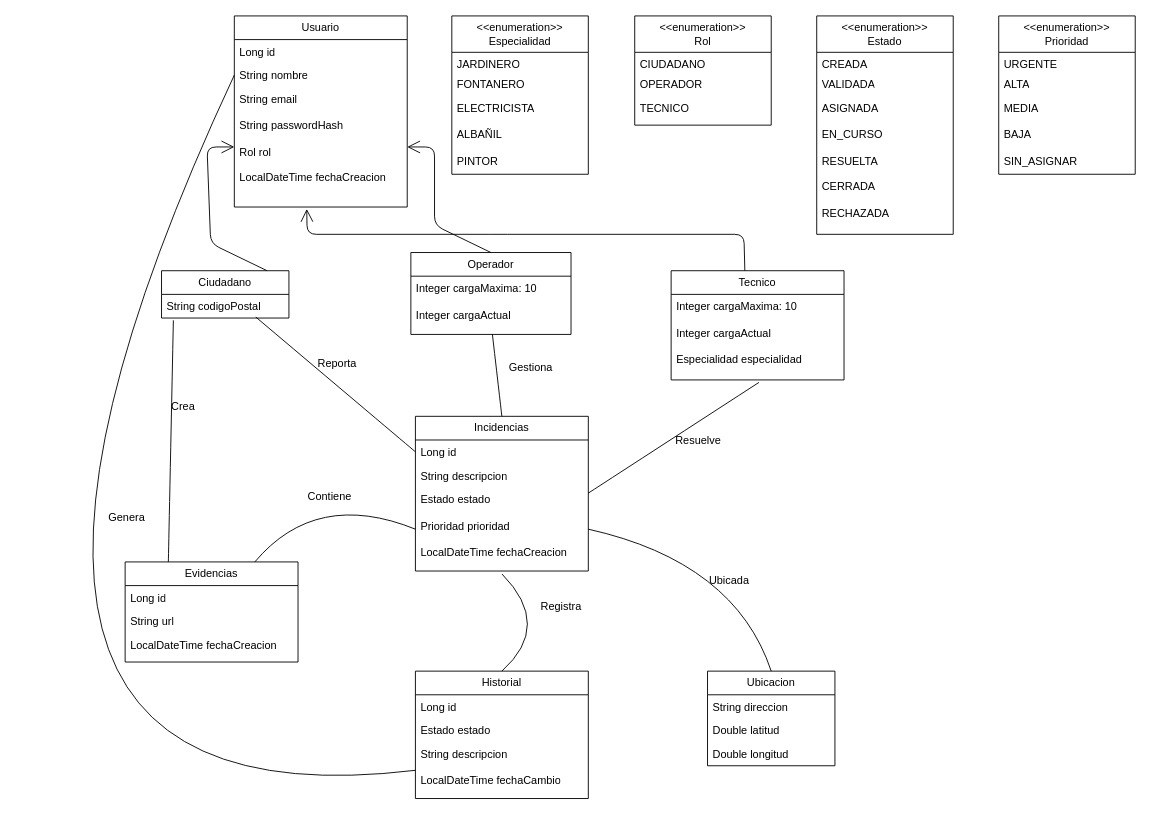
The draw.io diagram Diagrams/DiagramaDeDominio.drawio in javimoralesg/UrbanDesk, before the edit. Source tidied: cells renumbered, new cells numbered last; positions are measured from the earlier drawing's top-left corner, leaving out a move shared by most shapes. Both pictures are drawn from the tidied source at 91%, with x=0, y=0 at pixel (-121, 15).
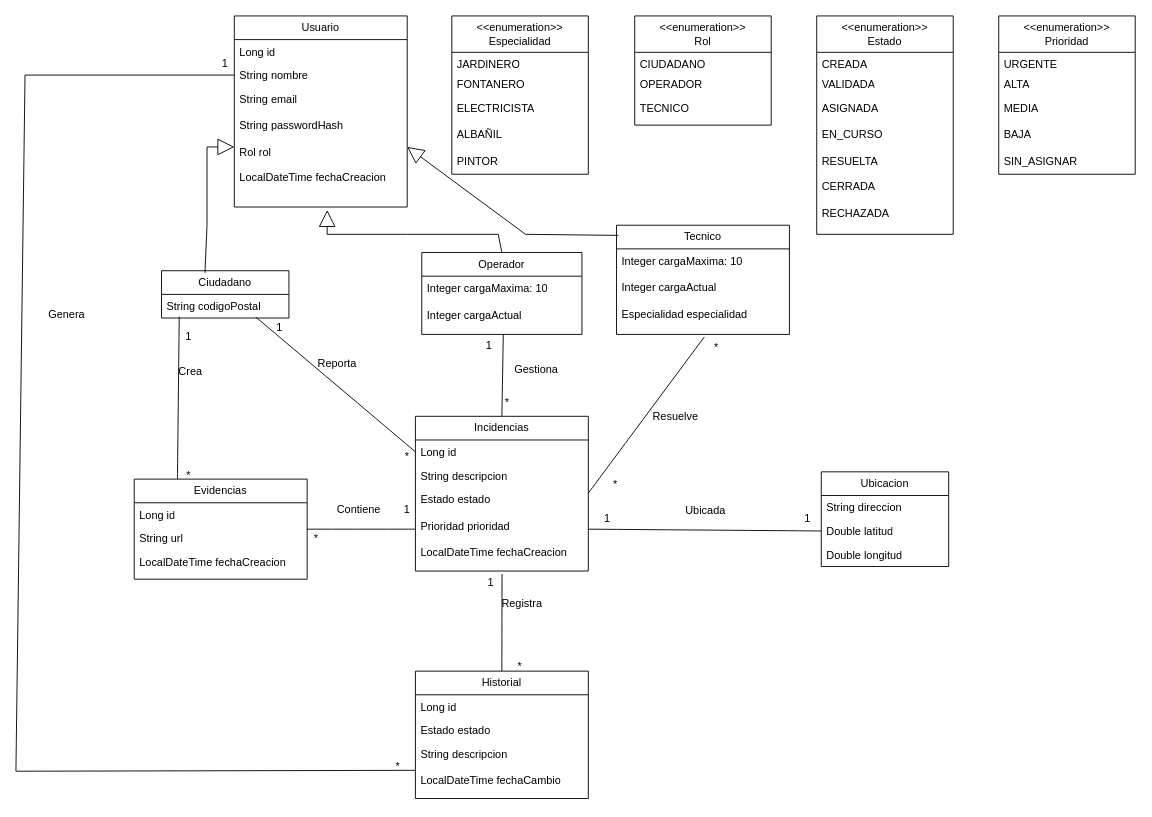
Above is the later version.

The change refers to these unchanged cells:
```xml
<mxCell id="5" value="&lt;div&gt;Estado estado&lt;/div&gt;&lt;div&gt;&lt;br&gt;&lt;/div&gt;&lt;div&gt;Prioridad prioridad&lt;/div&gt;&lt;div&gt;&lt;br&gt;&lt;/div&gt;&lt;div&gt;LocalDateTime fechaCreacion&lt;/div&gt;" style="text;strokeColor=none;fillColor=none;align=left;verticalAlign=top;spacingLeft=4;spacingRight=4;overflow=hidden;points=[[0,0.5],[1,0.5]];portConstraint=eastwest;whiteSpace=wrap;html=1;" parent="2" vertex="1">
  <mxGeometry y="78" width="190" height="92" as="geometry" />
</mxCell>
<mxCell id="10" value="Historial" style="swimlane;fontStyle=0;horizontal=1;startSize=26;fillColor=none;whiteSpace=wrap;html=1;" parent="1" vertex="1">
  <mxGeometry x="589" y="720" width="190" height="140" as="geometry" />
</mxCell>
<mxCell id="13" value="&lt;div&gt;String descripcion&lt;/div&gt;&lt;div&gt;&lt;br&gt;&lt;/div&gt;&lt;div&gt;LocalDateTime fechaCambio&lt;/div&gt;" style="text;strokeColor=none;fillColor=none;align=left;verticalAlign=top;spacingLeft=4;spacingRight=4;overflow=hidden;points=[[0,0.5],[1,0.5]];portConstraint=eastwest;whiteSpace=wrap;html=1;" parent="10" vertex="1">
  <mxGeometry y="78" width="190" height="62" as="geometry" />
</mxCell>
<mxCell id="16" value="Double latitud" style="text;strokeColor=none;fillColor=none;align=left;verticalAlign=top;spacingLeft=4;spacingRight=4;overflow=hidden;points=[[0,0.5],[1,0.5]];portConstraint=eastwest;whiteSpace=wrap;html=1;" parent="14" vertex="1">
  <mxGeometry y="52" width="140" height="26" as="geometry" />
</mxCell>
<mxCell id="18" value="Ciudadano" style="swimlane;fontStyle=0;horizontal=1;startSize=26;fillColor=none;whiteSpace=wrap;html=1;" parent="1" vertex="1">
  <mxGeometry x="310" y="280" width="140" height="52" as="geometry" />
</mxCell>
<mxCell id="19" value="String codigoPostal" style="text;strokeColor=none;fillColor=none;align=left;verticalAlign=top;spacingLeft=4;spacingRight=4;overflow=hidden;points=[[0,0.5],[1,0.5]];portConstraint=eastwest;whiteSpace=wrap;html=1;" parent="18" vertex="1">
  <mxGeometry y="26" width="140" height="26" as="geometry" />
</mxCell>
<mxCell id="26" value="String nombre" style="text;strokeColor=none;fillColor=none;align=left;verticalAlign=top;spacingLeft=4;spacingRight=4;overflow=hidden;points=[[0,0.5],[1,0.5]];portConstraint=eastwest;whiteSpace=wrap;html=1;" parent="24" vertex="1">
  <mxGeometry y="52" width="190" height="26" as="geometry" />
</mxCell>
<mxCell id="27" value="&lt;div&gt;String email&lt;/div&gt;&lt;div&gt;&lt;br&gt;&lt;/div&gt;&lt;div&gt;String passwordHash&lt;/div&gt;&lt;div&gt;&lt;br&gt;&lt;/div&gt;&lt;div&gt;Rol rol&lt;/div&gt;&lt;div&gt;&lt;br&gt;&lt;/div&gt;&lt;div&gt;LocalDateTime fechaCreacion&lt;/div&gt;" style="text;strokeColor=none;fillColor=none;align=left;verticalAlign=top;spacingLeft=4;spacingRight=4;overflow=hidden;points=[[0,0.5],[1,0.5]];portConstraint=eastwest;whiteSpace=wrap;html=1;" parent="24" vertex="1">
  <mxGeometry y="78" width="190" height="132" as="geometry" />
</mxCell>
```

Diff of the diagram source:
```diff
@@
     <mxCell id="6" value="Evidencias" style="swimlane;fontStyle=0;horizontal=1;startSize=26;fillColor=none;whiteSpace=wrap;html=1;" parent="1" vertex="1">
-      <mxGeometry x="270" y="600" width="190" height="110" as="geometry" />
+      <mxGeometry x="280" y="509" width="190" height="110" as="geometry" />
     </mxCell>
@@
     <mxCell id="14" value="Ubicacion" style="swimlane;fontStyle=0;horizontal=1;startSize=26;fillColor=none;whiteSpace=wrap;html=1;" parent="1" vertex="1">
-      <mxGeometry x="910" y="720" width="140" height="104" as="geometry" />
+      <mxGeometry x="1035" y="501" width="140" height="104" as="geometry" />
     </mxCell>
@@
     <mxCell id="20" value="Operador" style="swimlane;fontStyle=0;horizontal=1;startSize=26;fillColor=none;whiteSpace=wrap;html=1;" parent="1" vertex="1">
-      <mxGeometry x="584" y="260" width="176" height="90" as="geometry" />
+      <mxGeometry x="596" y="260" width="176" height="90" as="geometry" />
     </mxCell>
@@
     <mxCell id="22" value="Tecnico" style="swimlane;fontStyle=0;horizontal=1;startSize=26;fillColor=none;whiteSpace=wrap;html=1;" parent="1" vertex="1">
-      <mxGeometry x="870" y="280" width="190" height="120" as="geometry" />
+      <mxGeometry x="810" y="230" width="190" height="120" as="geometry" />
     </mxCell>
@@
-    <mxCell id="47" value="Crea" style="html=1;verticalAlign=bottom;labelBackgroundColor=none;endArrow=none;endFill=0;endSize=6;align=left;rounded=0;fontSize=12;curved=1;entryX=0.093;entryY=1.095;entryDx=0;entryDy=0;entryPerimeter=0;exitX=0.25;exitY=0;exitDx=0;exitDy=0;" parent="1" edge="1" source="6" target="19">
+    <mxCell id="47" value="Crea" style="html=1;verticalAlign=bottom;labelBackgroundColor=none;endArrow=none;endFill=0;endSize=6;align=left;rounded=0;fontSize=12;curved=1;entryX=0.139;entryY=0.943;entryDx=0;entryDy=0;entryPerimeter=0;exitX=0.25;exitY=0;exitDx=0;exitDy=0;" parent="1" edge="1" source="6" target="19">
       <mxGeometry x="0.23" y="2" relative="1" as="geometry">
         <mxPoint y="1" as="offset" />
       </mxGeometry>
     </mxCell>
-    <mxCell id="48" value="Genera" style="html=1;verticalAlign=bottom;labelBackgroundColor=none;endArrow=none;endFill=0;endSize=6;align=left;rounded=0;fontSize=12;curved=1;entryX=0;entryY=0.5;entryDx=0;entryDy=0;exitX=0;exitY=0.5;exitDx=0;exitDy=0;" parent="1" edge="1" source="13" target="26">
-      <mxGeometry x="0.33" y="-83" relative="1" as="geometry">
+    <mxCell id="48" value="Genera" style="html=1;verticalAlign=bottom;labelBackgroundColor=none;endArrow=none;endFill=0;endSize=6;align=left;rounded=0;fontSize=12;curved=0;entryX=0;entryY=0.5;entryDx=0;entryDy=0;exitX=0;exitY=0.5;exitDx=0;exitDy=0;" parent="1" edge="1" source="13" target="26">
+      <mxGeometry x="0.3" y="-28" relative="1" as="geometry">
         <Array as="points">
-          <mxPoint y="900" />
+          <mxPoint x="150" y="830" />
+          <mxPoint x="160" y="65" />
         </Array>
       </mxGeometry>
     </mxCell>
-    <mxCell id="49" value="Contiene" style="html=1;verticalAlign=bottom;labelBackgroundColor=none;endArrow=none;endFill=0;endSize=6;align=left;rounded=0;fontSize=12;curved=1;entryX=0.75;entryY=0;entryDx=0;entryDy=0;exitX=0;exitY=0.5;exitDx=0;exitDy=0;" parent="1" edge="1" source="5" target="6">
-      <mxGeometry x="0.23" y="2" relative="1" as="geometry">
-        <Array as="points">
-          <mxPoint x="480" y="520" />
-        </Array>
-        <mxPoint y="1" as="offset" />
-      </mxGeometry>
+    <mxCell id="49" value="Contiene" style="html=1;verticalAlign=bottom;labelBackgroundColor=none;endArrow=none;endFill=0;endSize=6;align=left;rounded=0;fontSize=12;curved=1;entryX=1;entryY=0.5;entryDx=0;entryDy=0;exitX=0;exitY=0.5;exitDx=0;exitDy=0;" parent="1" edge="1" source="5" target="6">
+      <mxGeometry x="0.48" y="-12" relative="1" as="geometry" />
     </mxCell>
     <mxCell id="50" value="Registra" style="html=1;verticalAlign=bottom;labelBackgroundColor=none;endArrow=none;endFill=0;endSize=6;align=left;rounded=0;fontSize=12;curved=1;entryX=0.501;entryY=1.036;entryDx=0;entryDy=0;exitX=0.5;exitY=0;exitDx=0;exitDy=0;entryPerimeter=0;" parent="1" edge="1" source="10" target="5">
       <mxGeometry x="0.23" y="2" relative="1" as="geometry">
-        <Array as="points">
-          <mxPoint x="740" y="670" />
-        </Array>
         <mxPoint y="1" as="offset" />
       </mxGeometry>
     </mxCell>
-    <mxCell id="51" value="Ubicada" style="html=1;verticalAlign=bottom;labelBackgroundColor=none;endArrow=none;endFill=0;endSize=6;align=left;rounded=0;fontSize=12;curved=1;entryX=1;entryY=0.5;entryDx=0;entryDy=0;exitX=0.5;exitY=0;exitDx=0;exitDy=0;" parent="1" edge="1" source="14" target="5">
-      <mxGeometry x="0.02" y="36" relative="1" as="geometry">
-        <Array as="points">
-          <mxPoint x="940" y="600" />
-        </Array>
-      </mxGeometry>
+    <mxCell id="51" value="Ubicada" style="html=1;verticalAlign=bottom;labelBackgroundColor=none;endArrow=none;endFill=0;endSize=6;align=left;rounded=0;fontSize=12;curved=1;entryX=1;entryY=0.5;entryDx=0;entryDy=0;exitX=0;exitY=0.5;exitDx=0;exitDy=0;" parent="1" edge="1" source="16" target="5">
+      <mxGeometry x="0.18" y="-12" relative="1" as="geometry" />
     </mxCell>
+    <mxCell id="55" style="endArrow=block;endSize=16;endFill=0;html=1;rounded=0;exitX=0.01;exitY=0.093;exitDx=0;exitDy=0;entryX=1;entryY=0.5;entryDx=0;entryDy=0;curved=0;exitPerimeter=0;" parent="1" edge="1" source="22" target="27">
+      <mxGeometry x="-0.36" y="-50" relative="1" as="geometry">
+        <Array as="points">
+          <mxPoint x="710" y="240" />
+        </Array>
+      </mxGeometry>
+    </mxCell>
-    <mxCell id="52" style="endArrow=open;endFill=1;endSize=12;html=1;rounded=1;exitX=0.5;exitY=0;exitDx=0;exitDy=0;entryX=1;entryY=0.5;entryDx=0;entryDy=0;curved=0;" parent="1" edge="1" source="20" target="27">
-      <mxGeometry relative="1" as="geometry">
+    <mxCell id="52" style="endArrow=block;endSize=16;endFill=0;html=1;rounded=0;exitX=0.5;exitY=0;exitDx=0;exitDy=0;curved=0;entryX=0.537;entryY=1.025;entryDx=0;entryDy=0;entryPerimeter=0;" parent="1" edge="1" source="20" target="27">
+      <mxGeometry x="-0.36" y="-50" relative="1" as="geometry">
         <Array as="points">
-          <mxPoint x="610" y="230" />
-          <mxPoint x="610" y="144" />
+          <mxPoint x="680" y="240" />
+          <mxPoint x="580" y="240" />
+          <mxPoint x="492" y="240" />
         </Array>
       </mxGeometry>
     </mxCell>
-    <mxCell id="53" style="endArrow=open;endFill=1;endSize=12;html=1;rounded=1;exitX=0.5;exitY=0;exitDx=0;exitDy=0;entryX=0;entryY=0.5;entryDx=0;entryDy=0;curved=0;" parent="1" edge="1" target="27">
-      <mxGeometry relative="1" as="geometry">
-        <mxPoint x="426" y="280" as="sourcePoint" />
-        <Array as="points">
-          <mxPoint x="364" y="250" />
-          <mxPoint x="360" y="144" />
-        </Array>
-      </mxGeometry>
-    </mxCell>
-    <mxCell id="54" style="endArrow=open;endFill=1;endSize=12;html=1;rounded=1;exitX=0.5;exitY=0;exitDx=0;exitDy=0;entryX=0.419;entryY=1.016;entryDx=0;entryDy=0;curved=0;entryPerimeter=0;" parent="1" edge="1" target="27">
-      <mxGeometry relative="1" as="geometry">
-        <mxPoint x="951" y="280" as="sourcePoint" />
-        <Array as="points">
-          <mxPoint x="950" y="240" />
-          <mxPoint x="680" y="240" />
-          <mxPoint x="470" y="240" />
-        </Array>
-      </mxGeometry>
-    </mxCell>
+    <mxCell id="56" style="endArrow=block;endSize=16;endFill=0;html=1;rounded=0;exitX=0.341;exitY=0.044;exitDx=0;exitDy=0;curved=0;entryX=0;entryY=0.5;entryDx=0;entryDy=0;exitPerimeter=0;" parent="1" edge="1" source="18" target="27">
+      <mxGeometry x="-0.36" y="-50" relative="1" as="geometry">
+        <Array as="points">
+          <mxPoint x="360" y="230" />
+          <mxPoint x="360" y="144" />
+        </Array>
+      </mxGeometry>
+    </mxCell>
+    <mxCell id="57" value="&lt;div&gt;1&lt;/div&gt;&lt;div&gt;&lt;br&gt;&lt;/div&gt;" style="text;html=1;whiteSpace=wrap;strokeColor=none;fillColor=none;align=center;verticalAlign=middle;rounded=0;" parent="1" vertex="1">
+      <mxGeometry x="310" y="350" width="60" height="20" as="geometry" />
+    </mxCell>
+    <mxCell id="58" value="&lt;div&gt;1&lt;/div&gt;&lt;div&gt;&lt;br&gt;&lt;/div&gt;" style="text;html=1;whiteSpace=wrap;strokeColor=none;fillColor=none;align=center;verticalAlign=middle;rounded=0;" parent="1" vertex="1">
+      <mxGeometry x="410" y="340" width="60" height="20" as="geometry" />
+    </mxCell>
+    <mxCell id="59" value="&lt;div&gt;1&lt;/div&gt;&lt;div&gt;&lt;br&gt;&lt;/div&gt;" style="text;html=1;whiteSpace=wrap;strokeColor=none;fillColor=none;align=center;verticalAlign=middle;rounded=0;" parent="1" vertex="1">
+      <mxGeometry x="550" y="540" width="60" height="20" as="geometry" />
+    </mxCell>
+    <mxCell id="60" value="&lt;div&gt;1&lt;/div&gt;&lt;div&gt;&lt;br&gt;&lt;/div&gt;" style="text;html=1;whiteSpace=wrap;strokeColor=none;fillColor=none;align=center;verticalAlign=middle;rounded=0;" parent="1" vertex="1">
+      <mxGeometry x="770" y="550" width="60" height="20" as="geometry" />
+    </mxCell>
+    <mxCell id="61" value="&lt;div&gt;1&lt;/div&gt;&lt;div&gt;&lt;br&gt;&lt;/div&gt;" style="text;html=1;whiteSpace=wrap;strokeColor=none;fillColor=none;align=center;verticalAlign=middle;rounded=0;" parent="1" vertex="1">
+      <mxGeometry x="642" y="620" width="60" height="20" as="geometry" />
+    </mxCell>
+    <mxCell id="62" value="&lt;div&gt;1&lt;/div&gt;&lt;div&gt;&lt;br&gt;&lt;/div&gt;" style="text;html=1;whiteSpace=wrap;strokeColor=none;fillColor=none;align=center;verticalAlign=middle;rounded=0;" parent="1" vertex="1">
+      <mxGeometry x="990" y="550" width="60" height="20" as="geometry" />
+    </mxCell>
+    <mxCell id="63" value="&lt;div&gt;1&lt;/div&gt;&lt;div&gt;&lt;br&gt;&lt;/div&gt;" style="text;html=1;whiteSpace=wrap;strokeColor=none;fillColor=none;align=center;verticalAlign=middle;rounded=0;" parent="1" vertex="1">
+      <mxGeometry x="640" y="360" width="60" height="20" as="geometry" />
+    </mxCell>
+    <mxCell id="64" value="*" style="text;html=1;whiteSpace=wrap;strokeColor=none;fillColor=none;align=center;verticalAlign=middle;rounded=0;" parent="1" vertex="1">
+      <mxGeometry x="674" y="700" width="60" height="30" as="geometry" />
+    </mxCell>
+    <mxCell id="65" value="*" style="text;html=1;whiteSpace=wrap;strokeColor=none;fillColor=none;align=center;verticalAlign=middle;rounded=0;" parent="1" vertex="1">
+      <mxGeometry x="890" y="350" width="60" height="30" as="geometry" />
+    </mxCell>
+    <mxCell id="66" value="*" style="text;html=1;whiteSpace=wrap;strokeColor=none;fillColor=none;align=center;verticalAlign=middle;rounded=0;" parent="1" vertex="1">
+      <mxGeometry x="779" y="500" width="60" height="30" as="geometry" />
+    </mxCell>
+    <mxCell id="67" value="*" style="text;html=1;whiteSpace=wrap;strokeColor=none;fillColor=none;align=center;verticalAlign=middle;rounded=0;" parent="1" vertex="1">
+      <mxGeometry x="450" y="560" width="60" height="30" as="geometry" />
+    </mxCell>
+    <mxCell id="68" value="*" style="text;html=1;whiteSpace=wrap;strokeColor=none;fillColor=none;align=center;verticalAlign=middle;rounded=0;" parent="1" vertex="1">
+      <mxGeometry x="310" y="490" width="60" height="30" as="geometry" />
+    </mxCell>
+    <mxCell id="69" value="*" style="text;html=1;whiteSpace=wrap;strokeColor=none;fillColor=none;align=center;verticalAlign=middle;rounded=0;" parent="1" vertex="1">
+      <mxGeometry x="550" y="470" width="60" height="30" as="geometry" />
+    </mxCell>
+    <mxCell id="70" value="*" style="text;html=1;whiteSpace=wrap;strokeColor=none;fillColor=none;align=center;verticalAlign=middle;rounded=0;" parent="1" vertex="1">
+      <mxGeometry x="660" y="410" width="60" height="30" as="geometry" />
+    </mxCell>
+    <mxCell id="71" value="*" style="text;html=1;whiteSpace=wrap;strokeColor=none;fillColor=none;align=center;verticalAlign=middle;rounded=0;" parent="1" vertex="1">
+      <mxGeometry x="540" y="810" width="60" height="30" as="geometry" />
+    </mxCell>
+    <mxCell id="72" value="&lt;div&gt;1&lt;/div&gt;&lt;div&gt;&lt;br&gt;&lt;/div&gt;" style="text;html=1;whiteSpace=wrap;strokeColor=none;fillColor=none;align=center;verticalAlign=middle;rounded=0;" parent="1" vertex="1">
+      <mxGeometry x="350" y="50" width="60" height="20" as="geometry" />
+    </mxCell>
```
